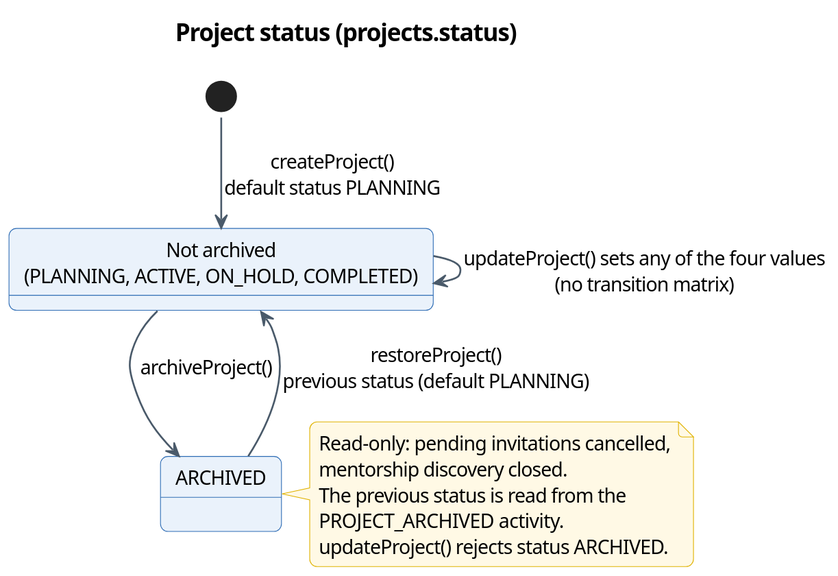
This is docs/diagrams/report4/R4_State_Project.svg from Khoa-Hoa-Technology-Solution-Company/lumi-gap, a PlantUML export, as it was before one commit. The source it was exported from:
```plantuml
@startuml
!pragma layout smetana
skinparam dpi 150
skinparam defaultFontName "Segoe UI"
skinparam defaultFontSize 13
skinparam shadowing false
skinparam roundCorner 10
skinparam ArrowColor #4A5A6A
skinparam ArrowThickness 1.2
skinparam BorderColor #2F6DB5
skinparam BackgroundColor #FFFFFF
skinparam TitleFontSize 16
skinparam TitleFontStyle bold
skinparam usecase {
  BackgroundColor #EAF2FB
  BorderColor #2F6DB5
}
skinparam actor {
  BackgroundColor #FFFFFF
  BorderColor #1B2A3A
}
skinparam class {
  BackgroundColor #F7FAFD
  BorderColor #2F6DB5
  HeaderBackgroundColor #DCE8F6
}
skinparam state {
  BackgroundColor #EAF2FB
  BorderColor #2F6DB5
}
skinparam activity {
  BackgroundColor #EAF2FB
  BorderColor #2F6DB5
  DiamondBackgroundColor #FFF4E5
}
skinparam swimlane {
  BorderColor #9DB3CC
  TitleBackgroundColor #DCE8F6
}
skinparam sequence {
  ParticipantBackgroundColor #EAF2FB
  ParticipantBorderColor #2F6DB5
  LifeLineBorderColor #9DB3CC
  GroupBackgroundColor #F4F7FA
}
skinparam package {
  BackgroundColor #F7F9FC
  BorderColor #9DB3CC
}
skinparam note {
  BackgroundColor #FFF9E5
  BorderColor #E0B200
}
skinparam entity {
  BackgroundColor #F7FAFD
  BorderColor #2F6DB5
}
skinparam rectangle {
  BackgroundColor #F7F9FC
  BorderColor #2F6DB5
}
title Project status (projects.status)
state "Not archived\n(PLANNING, ACTIVE, ON_HOLD, COMPLETED)" as Open
state ARCHIVED
[*] --> Open : createProject()\ndefault status PLANNING
Open --> Open : updateProject() sets any of the four values\n(no transition matrix)
Open --> ARCHIVED : archiveProject()
ARCHIVED --> Open : restoreProject()\nprevious status (default PLANNING)
note right of ARCHIVED
  Read-only: pending invitations cancelled,
  mentorship discovery closed.
  The previous status is read from the
  PROJECT_ARCHIVED activity.
  updateProject() rejects status ARCHIVED.
end note
@enduml
```
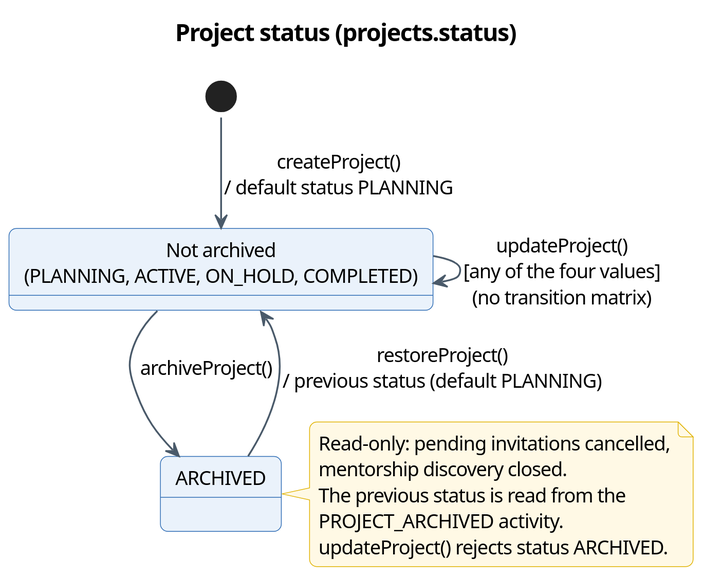
After the commit.

Diff of the diagram source:
```diff
@@ -1,6 +1,6 @@
 @startuml
 !pragma layout smetana
-skinparam dpi 150
+skinparam dpi 200
 skinparam defaultFontName "Segoe UI"
 skinparam defaultFontSize 13
 skinparam shadowing false
@@ -62,10 +62,10 @@
 title Project status (projects.status)
 state "Not archived\n(PLANNING, ACTIVE, ON_HOLD, COMPLETED)" as Open
 state ARCHIVED
-[*] --> Open : createProject()\ndefault status PLANNING
-Open --> Open : updateProject() sets any of the four values\n(no transition matrix)
+[*] --> Open : createProject()\n/ default status PLANNING
+Open --> Open : updateProject()\n[any of the four values]\n(no transition matrix)
 Open --> ARCHIVED : archiveProject()
-ARCHIVED --> Open : restoreProject()\nprevious status (default PLANNING)
+ARCHIVED --> Open : restoreProject()\n/ previous status (default PLANNING)
 note right of ARCHIVED
   Read-only: pending invitations cancelled,
   mentorship discovery closed.
```
